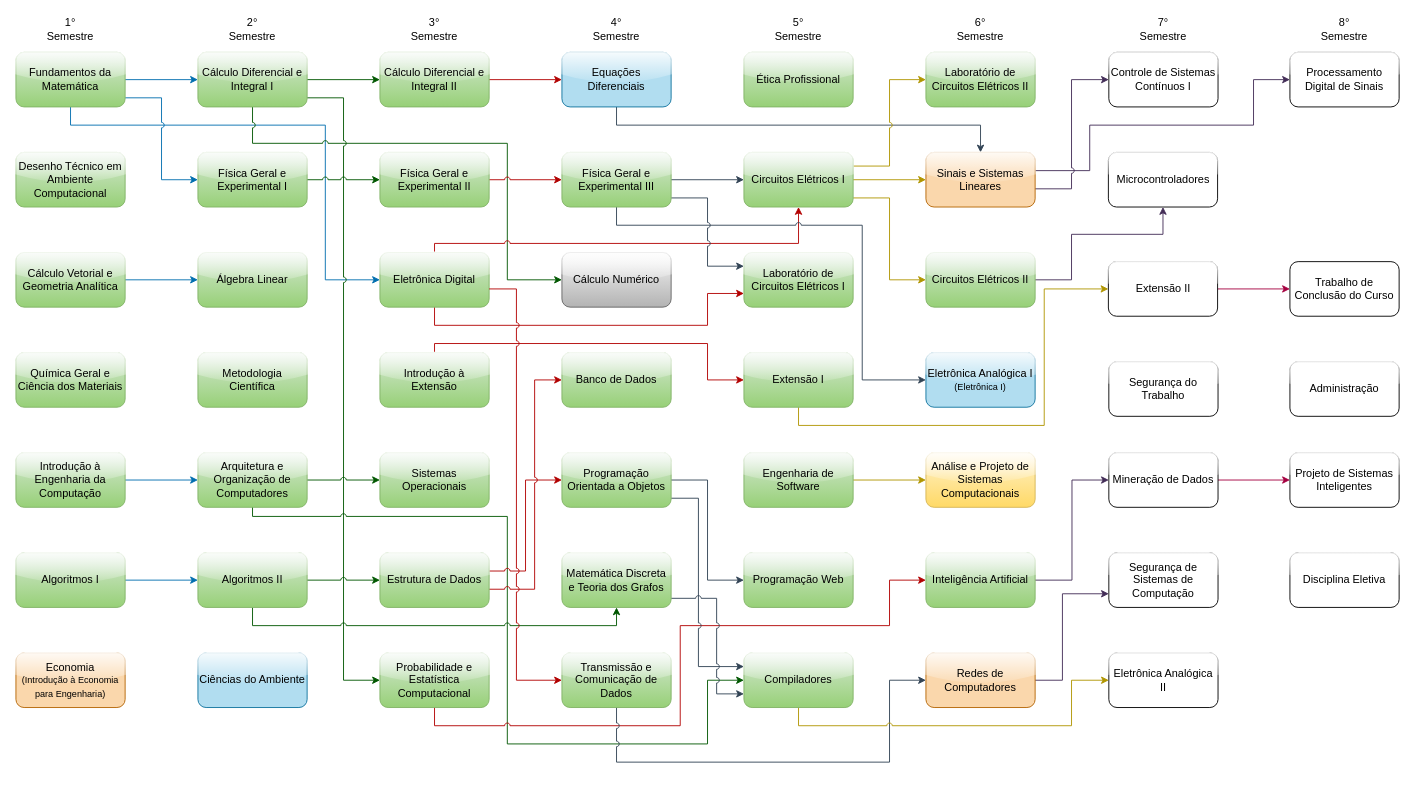
Above: fluxograma-disciplinas.drawio in mateus-s-a/IFMT_Eng_Computacao (draw.io), before the change. Source tidied: cells renumbered, new cells numbered last; positions are measured from the earlier drawing's top-left corner, leaving out a move shared by most shapes. Both pictures are drawn from the tidied source at 91%, with x=0, y=0 at pixel (15, 15).
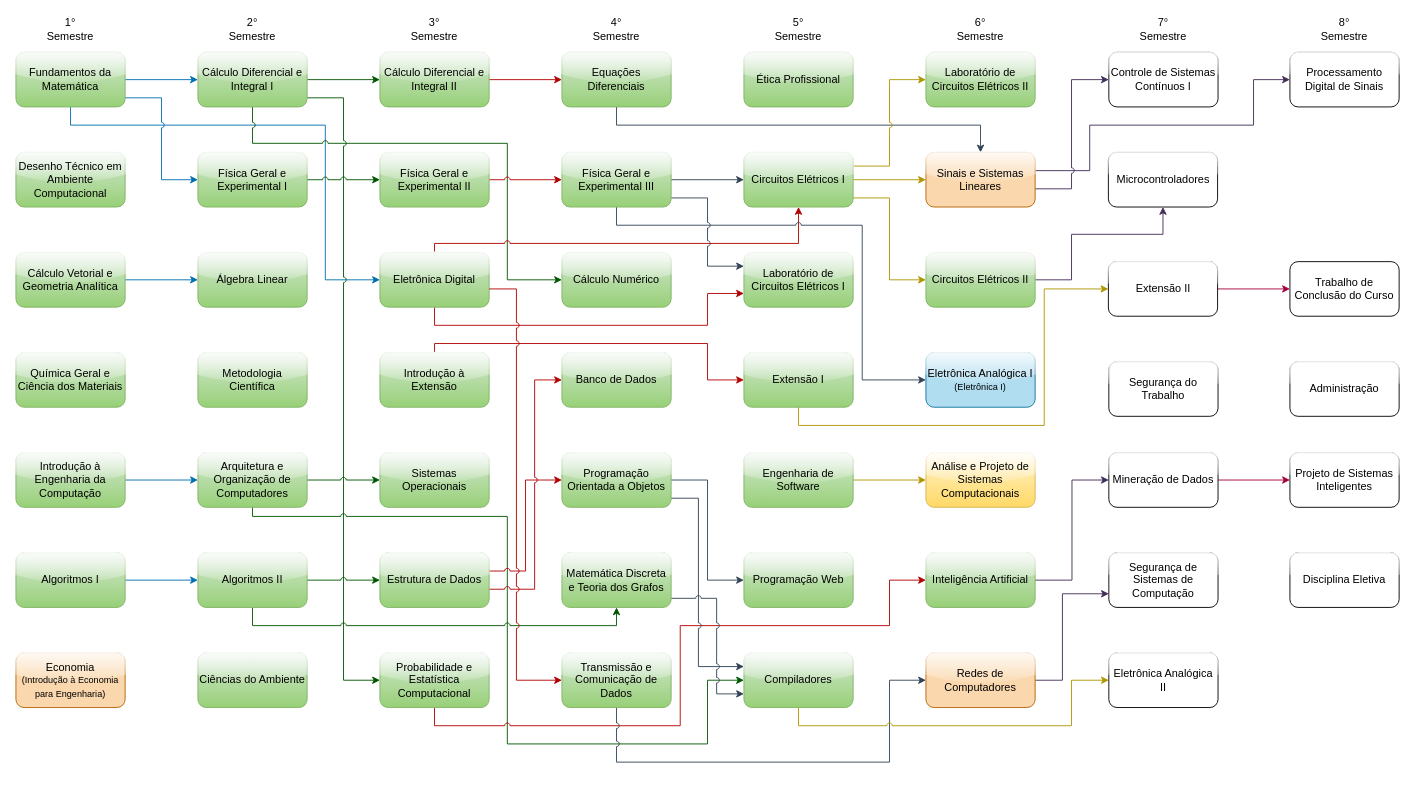
The same page after the edit.

The change refers to these unchanged cells:
```xml
<mxCell id="55" style="group;" parent="1" vertex="1">
  <mxGeometry x="200" width="120" height="760" as="geometry" />
</mxCell>
<mxCell id="73" style="group;" parent="1" vertex="1">
  <mxGeometry x="600" width="120" height="760" as="geometry" />
</mxCell>
```

The edit, as a diff of the source:
```diff
@@
-    <mxCell id="62" value="&lt;div&gt;Ciências do Ambiente&lt;/div&gt;" style="rounded=1;whiteSpace=wrap;html=1;glass=1;fillColor=#b1ddf0;strokeColor=#10739e;" parent="55" vertex="1">
+    <mxCell id="62" value="&lt;div&gt;Ciências do Ambiente&lt;/div&gt;" style="rounded=1;whiteSpace=wrap;html=1;glass=1;fillColor=#d5e8d4;strokeColor=#82b366;gradientColor=#97d077;" parent="55" vertex="1">
       <mxGeometry y="700" width="120" height="60" as="geometry" />
     </mxCell>
@@
-    <mxCell id="74" value="Equações Diferenciais" style="rounded=1;whiteSpace=wrap;html=1;glass=1;fillColor=#b1ddf0;strokeColor=#10739e;" parent="73" vertex="1">
+    <mxCell id="74" value="Equações Diferenciais" style="rounded=1;whiteSpace=wrap;html=1;glass=1;fillColor=#d5e8d4;strokeColor=#82b366;gradientColor=#97d077;" parent="73" vertex="1">
       <mxGeometry y="40" width="120" height="60" as="geometry" />
     </mxCell>
@@
-    <mxCell id="76" value="Cálculo Numérico" style="rounded=1;whiteSpace=wrap;html=1;glass=1;fillColor=#f5f5f5;strokeColor=#666666;gradientColor=#b3b3b3;" parent="73" vertex="1">
+    <mxCell id="76" value="Cálculo Numérico" style="rounded=1;whiteSpace=wrap;html=1;glass=1;fillColor=#d5e8d4;strokeColor=#82b366;gradientColor=#97d077;" parent="73" vertex="1">
       <mxGeometry y="260" width="120" height="60" as="geometry" />
     </mxCell>
```
